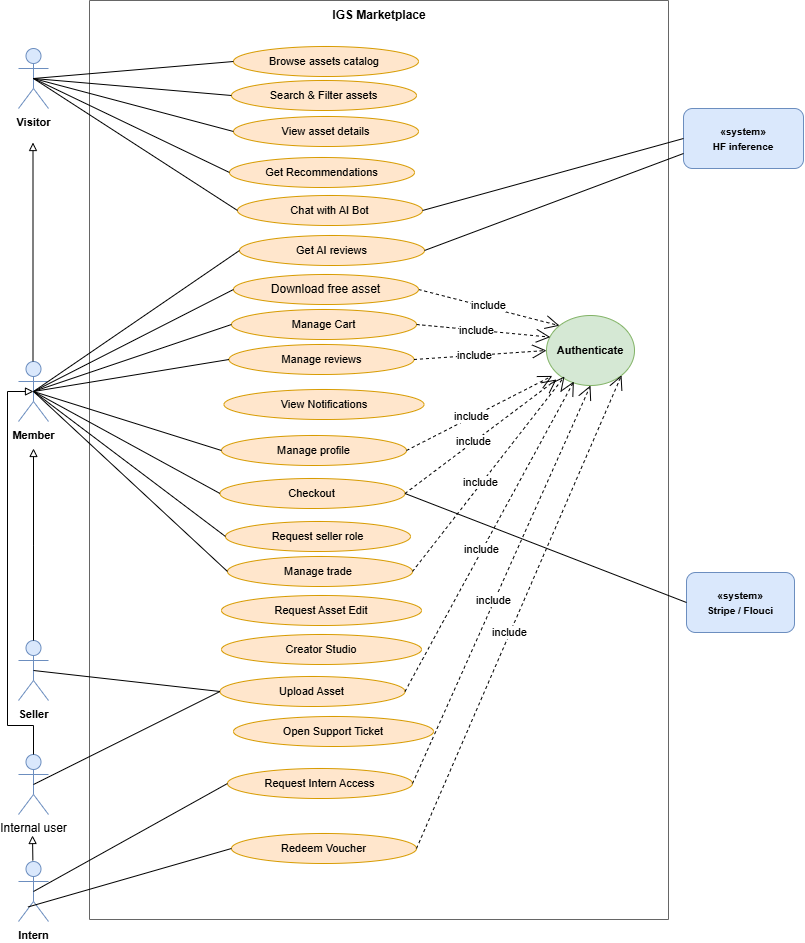
Above: images/diagrams/uc_marketplace.png in AsmaDaoussi/report (draw.io), before the change. Source tidied: cells renumbered, new cells last; positions are measured from the earlier drawing's top-left corner, leaving out a move shared by most shapes.
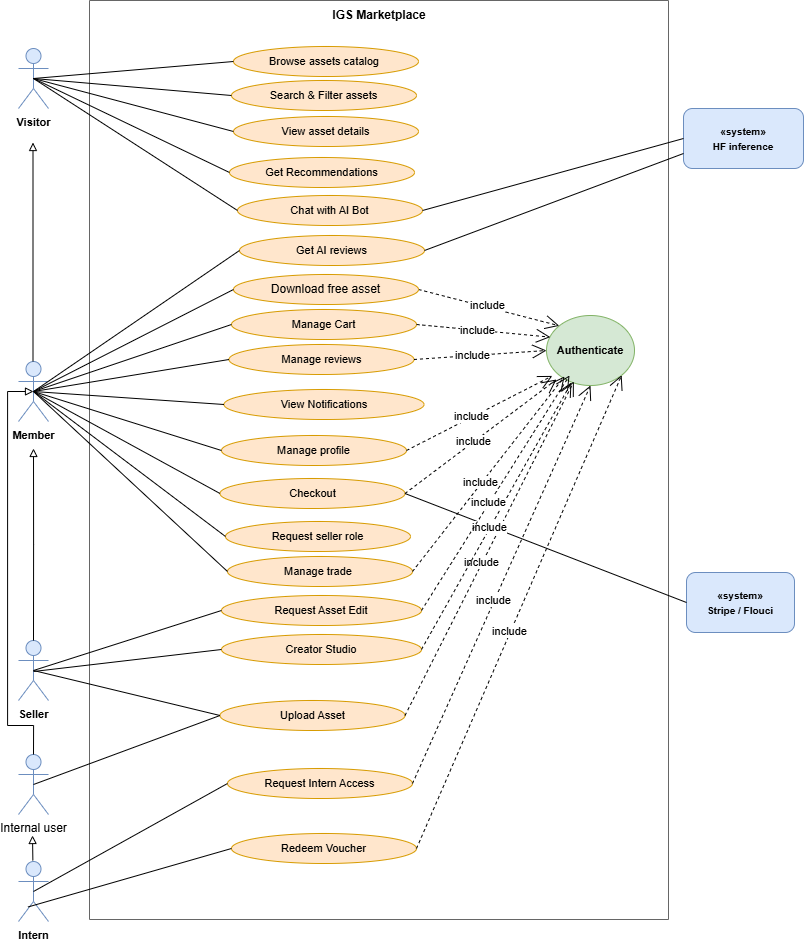
After the change.

Diff of the diagram source:
```diff
@@ -45,7 +45,7 @@
       <mxGeometry x="138" y="556" width="185" height="30" as="geometry" />
     </mxCell>
     <mxCell id="16" value="Upload Asset" style="ellipse;whiteSpace=wrap;html=1;fillColor=#ffe6cc;strokeColor=#d79b00;fontStyle=0;fontSize=11;labelPosition=center;verticalLabelPosition=middle;align=center;verticalAlign=middle;" parent="4" vertex="1">
-      <mxGeometry x="130.5" y="676" width="185" height="30" as="geometry" />
+      <mxGeometry x="130.5" y="700" width="185" height="30" as="geometry" />
     </mxCell>
     <mxCell id="17" value="Manage profile" style="ellipse;whiteSpace=wrap;html=1;fillColor=#ffe6cc;strokeColor=#d79b00;fontStyle=0;fontSize=11;labelPosition=center;verticalLabelPosition=middle;align=center;verticalAlign=middle;" parent="4" vertex="1">
       <mxGeometry x="132" y="435" width="185" height="30" as="geometry" />
@@ -110,9 +110,6 @@
     <mxCell id="31" value="Get AI reviews" style="ellipse;whiteSpace=wrap;html=1;fillColor=#ffe6cc;strokeColor=#d79b00;fontStyle=0;fontSize=11;labelPosition=center;verticalLabelPosition=middle;align=center;verticalAlign=middle;" parent="4" vertex="1">
       <mxGeometry x="150" y="235" width="185" height="30" as="geometry" />
     </mxCell>
-    <mxCell id="32" value="&lt;span style=&quot;font-size:11px;&quot;&gt;Open Support Ticket&lt;/span&gt;" style="ellipse;whiteSpace=wrap;html=1;fillColor=#ffe6cc;strokeColor=#d79b00;" parent="4" vertex="1">
-      <mxGeometry x="144" y="716" width="200" height="30" as="geometry" />
-    </mxCell>
     <mxCell id="33" value="&lt;span style=&quot;font-size:11px;&quot;&gt;Creator Studio&lt;/span&gt;" style="ellipse;whiteSpace=wrap;html=1;fillColor=#ffe6cc;strokeColor=#d79b00;" parent="4" vertex="1">
       <mxGeometry x="132" y="634" width="200" height="30" as="geometry" />
     </mxCell>
@@ -223,5 +220,30 @@
         <mxPoint x="25" y="835" as="targetPoint" />
       </mxGeometry>
     </mxCell>
+    <mxCell id="65" style="endArrow=none;html=1;rounded=0;entryX=0;entryY=0.5;entryDx=0;entryDy=0;" parent="1" edge="1" target="35">
+      <mxGeometry relative="1" as="geometry">
+        <mxPoint x="26" y="391" as="sourcePoint" />
+      </mxGeometry>
+    </mxCell>
+    <mxCell id="66" style="endArrow=none;html=1;rounded=0;entryX=0;entryY=0.5;entryDx=0;entryDy=0;" parent="1" edge="1" target="33">
+      <mxGeometry relative="1" as="geometry">
+        <mxPoint x="26" y="671" as="sourcePoint" />
+      </mxGeometry>
+    </mxCell>
+    <mxCell id="67" style="endArrow=none;html=1;rounded=0;entryX=0;entryY=0.5;entryDx=0;entryDy=0;exitX=0.5;exitY=0.5;exitDx=0;exitDy=0;exitPerimeter=0;" parent="1" edge="1" source="36" target="34">
+      <mxGeometry relative="1" as="geometry" />
+    </mxCell>
+    <mxCell id="68" value="include" style="endArrow=open;endSize=12;dashed=1;html=1;rounded=0;labelPosition=center;verticalLabelPosition=middle;align=center;verticalAlign=middle;exitX=1;exitY=0.5;exitDx=0;exitDy=0;" parent="1" edge="1" source="33">
+      <mxGeometry x="-0.08" relative="1" as="geometry">
+        <mxPoint x="564" y="382" as="targetPoint" />
+        <mxPoint x="-1" as="offset" />
+      </mxGeometry>
+    </mxCell>
+    <mxCell id="69" value="include" style="endArrow=open;endSize=12;dashed=1;html=1;rounded=0;labelPosition=center;verticalLabelPosition=middle;align=center;verticalAlign=middle;exitX=1;exitY=0.5;exitDx=0;exitDy=0;" parent="1" edge="1" source="34">
+      <mxGeometry x="-0.08" relative="1" as="geometry">
+        <mxPoint x="562" y="375" as="targetPoint" />
+        <mxPoint x="-1" as="offset" />
+      </mxGeometry>
+    </mxCell>
   </root>
 </mxGraphModel>
```
